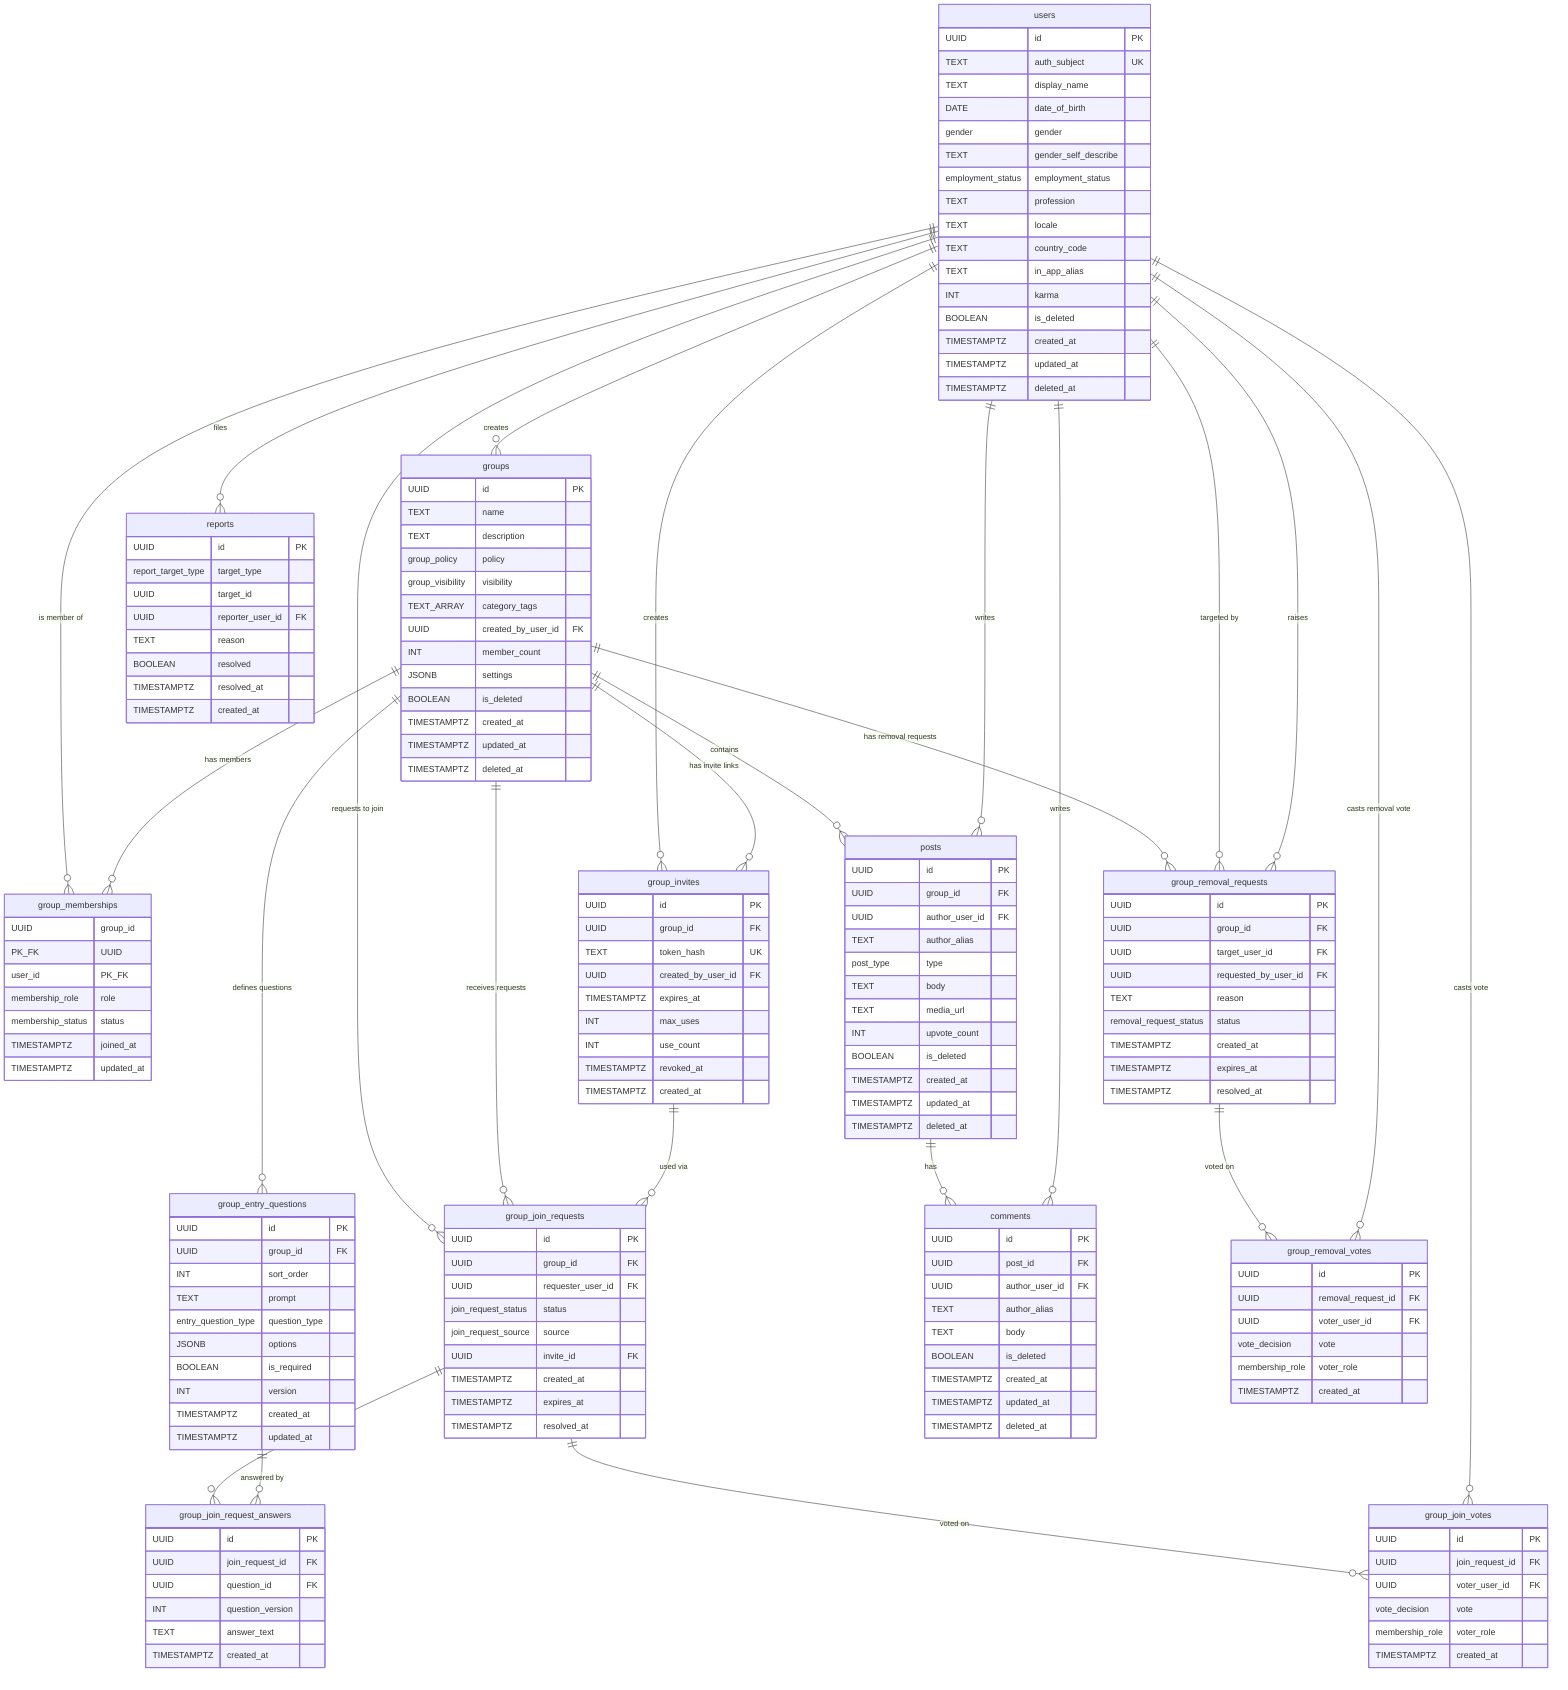
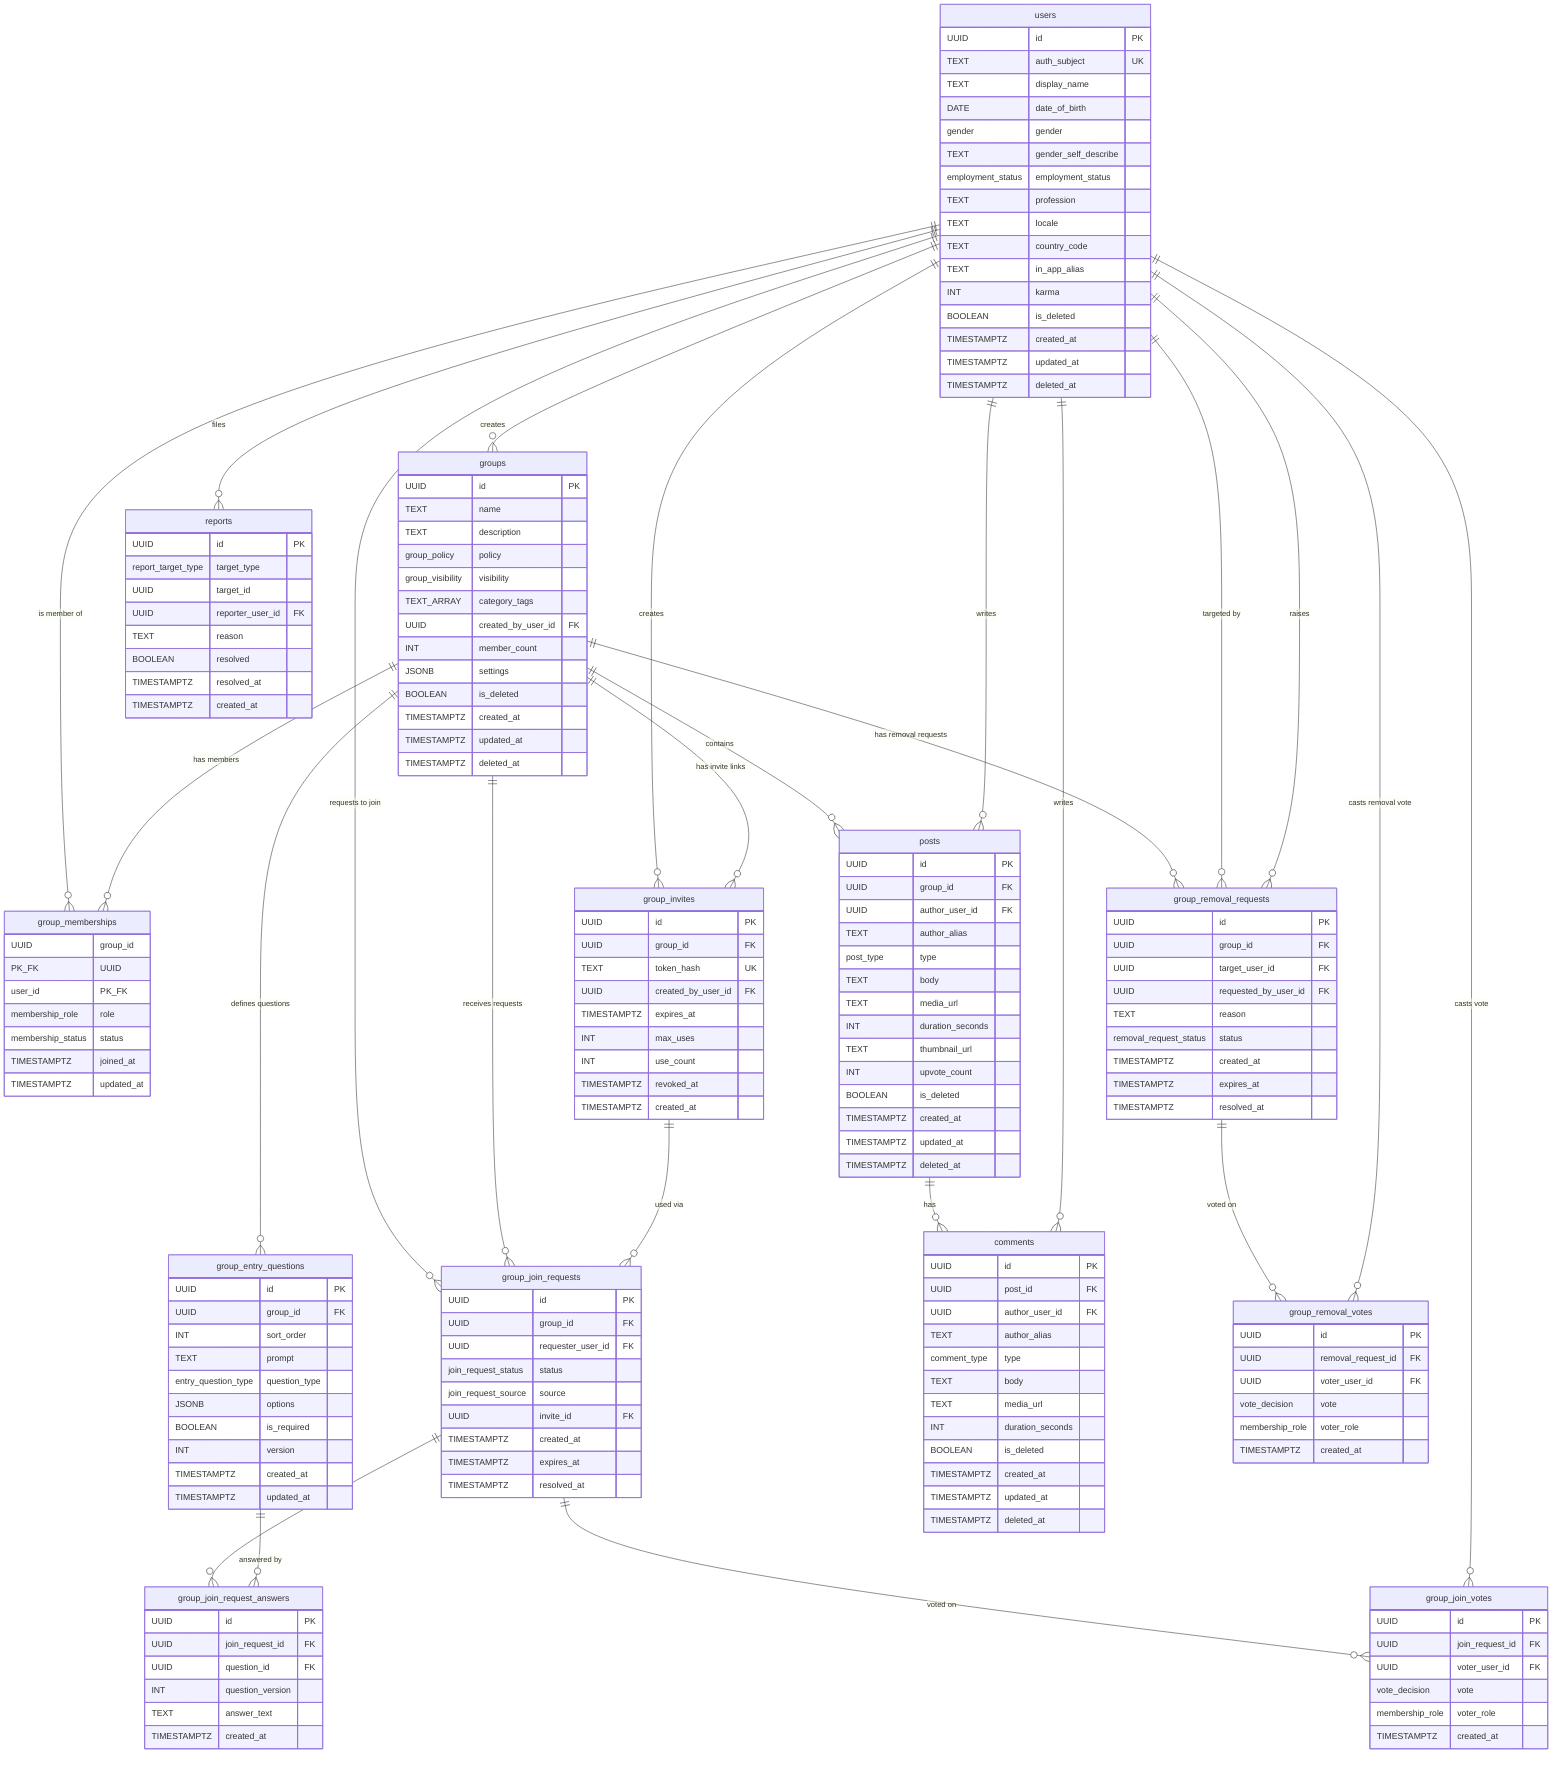
erDiagram

    users {
        UUID id PK
        TEXT auth_subject UK
        TEXT display_name
        DATE date_of_birth
        gender gender
        TEXT gender_self_describe
        employment_status employment_status
        TEXT profession
        TEXT locale
        TEXT country_code
        TEXT in_app_alias
        INT karma
        BOOLEAN is_deleted
        TIMESTAMPTZ created_at
        TIMESTAMPTZ updated_at
        TIMESTAMPTZ deleted_at
    }

    groups {
        UUID id PK
        TEXT name
        TEXT description
        group_policy policy
        group_visibility visibility
        TEXT_ARRAY category_tags
        UUID created_by_user_id FK
        INT member_count
        JSONB settings
        BOOLEAN is_deleted
        TIMESTAMPTZ created_at
        TIMESTAMPTZ updated_at
        TIMESTAMPTZ deleted_at
    }

    group_memberships {
        UUID group_id PK_FK
        UUID user_id PK_FK
        membership_role role
        membership_status status
        TIMESTAMPTZ joined_at
        TIMESTAMPTZ updated_at
    }

    group_invites {
        UUID id PK
        UUID group_id FK
        TEXT token_hash UK
        UUID created_by_user_id FK
        TIMESTAMPTZ expires_at
        INT max_uses
        INT use_count
        TIMESTAMPTZ revoked_at
        TIMESTAMPTZ created_at
    }

    group_entry_questions {
        UUID id PK
        UUID group_id FK
        INT sort_order
        TEXT prompt
        entry_question_type question_type
        JSONB options
        BOOLEAN is_required
        INT version
        TIMESTAMPTZ created_at
        TIMESTAMPTZ updated_at
    }

    group_join_requests {
        UUID id PK
        UUID group_id FK
        UUID requester_user_id FK
        join_request_status status
        join_request_source source
        UUID invite_id FK
        TIMESTAMPTZ created_at
        TIMESTAMPTZ expires_at
        TIMESTAMPTZ resolved_at
    }

    group_join_request_answers {
        UUID id PK
        UUID join_request_id FK
        UUID question_id FK
        INT question_version
        TEXT answer_text
        TIMESTAMPTZ created_at
    }

    group_join_votes {
        UUID id PK
        UUID join_request_id FK
        UUID voter_user_id FK
        vote_decision vote
        membership_role voter_role
        TIMESTAMPTZ created_at
    }

    posts {
        UUID id PK
        UUID group_id FK
        UUID author_user_id FK
        TEXT author_alias
        post_type type
        TEXT body
        TEXT media_url
+         INT duration_seconds
+         TEXT thumbnail_url
        INT upvote_count
        BOOLEAN is_deleted
        TIMESTAMPTZ created_at
        TIMESTAMPTZ updated_at
        TIMESTAMPTZ deleted_at
    }

    comments {
        UUID id PK
        UUID post_id FK
        UUID author_user_id FK
        TEXT author_alias
+         comment_type type
        TEXT body
+         TEXT media_url
+         INT duration_seconds
        BOOLEAN is_deleted
        TIMESTAMPTZ created_at
        TIMESTAMPTZ updated_at
        TIMESTAMPTZ deleted_at
    }

    group_removal_requests {
        UUID id PK
        UUID group_id FK
        UUID target_user_id FK
        UUID requested_by_user_id FK
        TEXT reason
        removal_request_status status
        TIMESTAMPTZ created_at
        TIMESTAMPTZ expires_at
        TIMESTAMPTZ resolved_at
    }

    group_removal_votes {
        UUID id PK
        UUID removal_request_id FK
        UUID voter_user_id FK
        vote_decision vote
        membership_role voter_role
        TIMESTAMPTZ created_at
    }

    reports {
        UUID id PK
        report_target_type target_type
        UUID target_id
        UUID reporter_user_id FK
        TEXT reason
        BOOLEAN resolved
        TIMESTAMPTZ resolved_at
        TIMESTAMPTZ created_at
    }

    %% ---- Relationships ----

    users ||--o{ groups : "creates"
    users ||--o{ group_memberships : "is member of"
    groups ||--o{ group_memberships : "has members"

    users ||--o{ group_invites : "creates"
    groups ||--o{ group_invites : "has invite links"

    groups ||--o{ group_entry_questions : "defines questions"

    users ||--o{ group_join_requests : "requests to join"
    groups ||--o{ group_join_requests : "receives requests"
    group_invites ||--o{ group_join_requests : "used via"

    group_join_requests ||--o{ group_join_request_answers : "has answers"
    group_entry_questions ||--o{ group_join_request_answers : "answered by"

    group_join_requests ||--o{ group_join_votes : "voted on"
    users ||--o{ group_join_votes : "casts vote"

    groups ||--o{ group_removal_requests : "has removal requests"
    users ||--o{ group_removal_requests : "targeted by"
    users ||--o{ group_removal_requests : "raises"

    group_removal_requests ||--o{ group_removal_votes : "voted on"
    users ||--o{ group_removal_votes : "casts removal vote"

    groups ||--o{ posts : "contains"
    users ||--o{ posts : "writes"

    posts ||--o{ comments : "has"
    users ||--o{ comments : "writes"

    users ||--o{ reports : "files"
